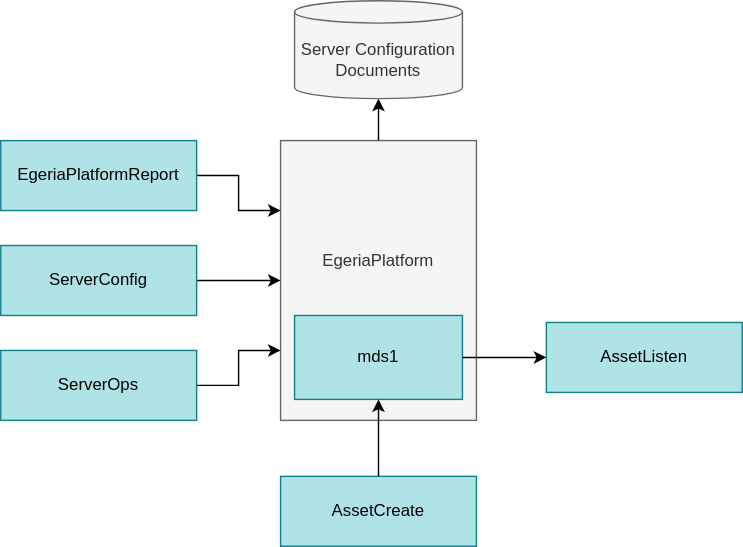
This is site/docs/education/egeria-dojo/developer/developer-dojo-architecture-4.svg from odpi/egeria-docs, a draw.io export, as it was before one commit. Source tidied: cells renumbered, new cells last; positions are measured from the earlier drawing's top-left corner, leaving out a move shared by most shapes. Source of this version:
```xml
<mxGraphModel>
  <root>
    <mxCell id="0" />
    <mxCell id="1" parent="0" />
    <mxCell id="2" value="AssetListen" style="rounded=0;whiteSpace=wrap;html=1;fillColor=#b0e3e6;strokeColor=#0e8088;" parent="1" vertex="1">
      <mxGeometry x="390" y="230" width="140" height="50" as="geometry" />
    </mxCell>
    <mxCell id="3" value="AssetCreate" style="rounded=0;whiteSpace=wrap;html=1;fillColor=#b0e3e6;strokeColor=#0e8088;" parent="1" vertex="1">
      <mxGeometry x="200" y="340" width="140" height="50" as="geometry" />
    </mxCell>
    <mxCell id="4" value="EgeriaPlatform&lt;br&gt;&lt;br&gt;&lt;br&gt;" style="rounded=0;whiteSpace=wrap;html=1;fillColor=#f5f5f5;strokeColor=#666666;fontColor=#333333;" parent="1" vertex="1">
      <mxGeometry x="200" y="100" width="140" height="200" as="geometry" />
    </mxCell>
    <mxCell id="5" style="edgeStyle=orthogonalEdgeStyle;rounded=0;jettySize=auto;html=1;" parent="1" edge="1" source="6" target="4">
      <mxGeometry relative="1" as="geometry" />
    </mxCell>
    <mxCell id="6" value="ServerConfig" style="rounded=0;whiteSpace=wrap;html=1;fillColor=#b0e3e6;strokeColor=#0e8088;" parent="1" vertex="1">
      <mxGeometry y="175" width="140" height="50" as="geometry" />
    </mxCell>
    <mxCell id="7" style="edgeStyle=orthogonalEdgeStyle;rounded=0;jettySize=auto;html=1;entryX=0;entryY=0.75;entryDx=0;entryDy=0;" parent="1" edge="1" source="8" target="4">
      <mxGeometry relative="1" as="geometry" />
    </mxCell>
    <mxCell id="8" value="ServerOps" style="rounded=0;whiteSpace=wrap;html=1;fillColor=#b0e3e6;strokeColor=#0e8088;" parent="1" vertex="1">
      <mxGeometry y="250" width="140" height="50" as="geometry" />
    </mxCell>
    <mxCell id="9" style="edgeStyle=orthogonalEdgeStyle;rounded=0;jettySize=auto;html=1;entryX=0;entryY=0.25;entryDx=0;entryDy=0;" parent="1" edge="1" source="10" target="4">
      <mxGeometry relative="1" as="geometry" />
    </mxCell>
    <mxCell id="10" value="EgeriaPlatformReport" style="rounded=0;whiteSpace=wrap;html=1;fillColor=#b0e3e6;strokeColor=#0e8088;" parent="1" vertex="1">
      <mxGeometry y="100" width="140" height="50" as="geometry" />
    </mxCell>
    <mxCell id="11" value="mds1" style="rounded=0;whiteSpace=wrap;html=1;fillColor=#b0e3e6;strokeColor=#0e8088;" parent="1" vertex="1">
      <mxGeometry x="210" y="225" width="120" height="60" as="geometry" />
    </mxCell>
    <mxCell id="12" style="edgeStyle=orthogonalEdgeStyle;rounded=0;jettySize=auto;html=1;exitX=0.5;exitY=0;exitDx=0;exitDy=0;" parent="1" edge="1" source="4" target="13">
      <mxGeometry relative="1" as="geometry" />
    </mxCell>
    <mxCell id="13" value="Server Configuration&lt;br&gt;Documents" style="shape=cylinder3;whiteSpace=wrap;html=1;boundedLbl=1;backgroundOutline=1;size=8;fillColor=#f5f5f5;fontColor=#333333;strokeColor=#666666;" parent="1" vertex="1">
      <mxGeometry x="210" width="120" height="70" as="geometry" />
    </mxCell>
    <mxCell id="14" style="edgeStyle=orthogonalEdgeStyle;rounded=0;jettySize=auto;html=1;" parent="1" edge="1" source="11" target="2">
      <mxGeometry relative="1" as="geometry" />
    </mxCell>
    <mxCell id="15" style="edgeStyle=orthogonalEdgeStyle;rounded=0;jettySize=auto;html=1;entryX=0.5;entryY=1;entryDx=0;entryDy=0;" parent="1" edge="1" source="3" target="11">
      <mxGeometry relative="1" as="geometry" />
    </mxCell>
  </root>
</mxGraphModel>
```
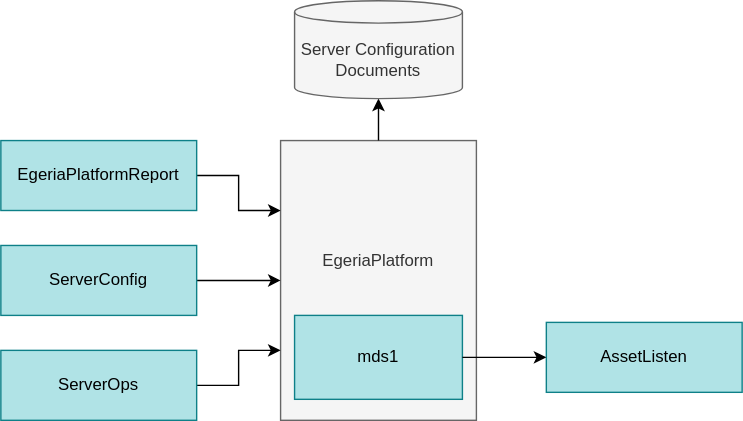
After the commit.

The edit, as a diff of the source:
```diff
@@ -5,44 +5,38 @@
     <mxCell id="2" value="AssetListen" style="rounded=0;whiteSpace=wrap;html=1;fillColor=#b0e3e6;strokeColor=#0e8088;" parent="1" vertex="1">
       <mxGeometry x="390" y="230" width="140" height="50" as="geometry" />
     </mxCell>
-    <mxCell id="3" value="AssetCreate" style="rounded=0;whiteSpace=wrap;html=1;fillColor=#b0e3e6;strokeColor=#0e8088;" parent="1" vertex="1">
-      <mxGeometry x="200" y="340" width="140" height="50" as="geometry" />
+    <mxCell id="3" value="EgeriaPlatform&lt;br&gt;&lt;br&gt;&lt;br&gt;" style="rounded=0;whiteSpace=wrap;html=1;fillColor=#f5f5f5;strokeColor=#666666;fontColor=#333333;" parent="1" vertex="1">
+      <mxGeometry x="200" y="100" width="140" height="200" as="geometry" />
     </mxCell>
-    <mxCell id="4" value="EgeriaPlatform&lt;br&gt;&lt;br&gt;&lt;br&gt;" style="rounded=0;whiteSpace=wrap;html=1;fillColor=#f5f5f5;strokeColor=#666666;fontColor=#333333;" parent="1" vertex="1">
-      <mxGeometry x="200" y="100" width="140" height="200" as="geometry" />
+    <mxCell id="4" style="edgeStyle=orthogonalEdgeStyle;rounded=0;jettySize=auto;html=1;" parent="1" edge="1" source="5" target="3">
+      <mxGeometry relative="1" as="geometry" />
     </mxCell>
-    <mxCell id="5" style="edgeStyle=orthogonalEdgeStyle;rounded=0;jettySize=auto;html=1;" parent="1" edge="1" source="6" target="4">
-      <mxGeometry relative="1" as="geometry" />
+    <mxCell id="5" value="ServerConfig" style="rounded=0;whiteSpace=wrap;html=1;fillColor=#b0e3e6;strokeColor=#0e8088;" parent="1" vertex="1">
+      <mxGeometry y="175" width="140" height="50" as="geometry" />
     </mxCell>
-    <mxCell id="6" value="ServerConfig" style="rounded=0;whiteSpace=wrap;html=1;fillColor=#b0e3e6;strokeColor=#0e8088;" parent="1" vertex="1">
-      <mxGeometry y="175" width="140" height="50" as="geometry" />
+    <mxCell id="6" style="edgeStyle=orthogonalEdgeStyle;rounded=0;jettySize=auto;html=1;entryX=0;entryY=0.75;entryDx=0;entryDy=0;" parent="1" edge="1" source="7" target="3">
+      <mxGeometry relative="1" as="geometry" />
     </mxCell>
-    <mxCell id="7" style="edgeStyle=orthogonalEdgeStyle;rounded=0;jettySize=auto;html=1;entryX=0;entryY=0.75;entryDx=0;entryDy=0;" parent="1" edge="1" source="8" target="4">
-      <mxGeometry relative="1" as="geometry" />
+    <mxCell id="7" value="ServerOps" style="rounded=0;whiteSpace=wrap;html=1;fillColor=#b0e3e6;strokeColor=#0e8088;" parent="1" vertex="1">
+      <mxGeometry y="250" width="140" height="50" as="geometry" />
     </mxCell>
-    <mxCell id="8" value="ServerOps" style="rounded=0;whiteSpace=wrap;html=1;fillColor=#b0e3e6;strokeColor=#0e8088;" parent="1" vertex="1">
-      <mxGeometry y="250" width="140" height="50" as="geometry" />
+    <mxCell id="8" style="edgeStyle=orthogonalEdgeStyle;rounded=0;jettySize=auto;html=1;entryX=0;entryY=0.25;entryDx=0;entryDy=0;" parent="1" edge="1" source="9" target="3">
+      <mxGeometry relative="1" as="geometry" />
     </mxCell>
-    <mxCell id="9" style="edgeStyle=orthogonalEdgeStyle;rounded=0;jettySize=auto;html=1;entryX=0;entryY=0.25;entryDx=0;entryDy=0;" parent="1" edge="1" source="10" target="4">
-      <mxGeometry relative="1" as="geometry" />
+    <mxCell id="9" value="EgeriaPlatformReport" style="rounded=0;whiteSpace=wrap;html=1;fillColor=#b0e3e6;strokeColor=#0e8088;" parent="1" vertex="1">
+      <mxGeometry y="100" width="140" height="50" as="geometry" />
     </mxCell>
-    <mxCell id="10" value="EgeriaPlatformReport" style="rounded=0;whiteSpace=wrap;html=1;fillColor=#b0e3e6;strokeColor=#0e8088;" parent="1" vertex="1">
-      <mxGeometry y="100" width="140" height="50" as="geometry" />
+    <mxCell id="10" value="mds1" style="rounded=0;whiteSpace=wrap;html=1;fillColor=#b0e3e6;strokeColor=#0e8088;" parent="1" vertex="1">
+      <mxGeometry x="210" y="225" width="120" height="60" as="geometry" />
     </mxCell>
-    <mxCell id="11" value="mds1" style="rounded=0;whiteSpace=wrap;html=1;fillColor=#b0e3e6;strokeColor=#0e8088;" parent="1" vertex="1">
-      <mxGeometry x="210" y="225" width="120" height="60" as="geometry" />
+    <mxCell id="11" style="edgeStyle=orthogonalEdgeStyle;rounded=0;jettySize=auto;html=1;exitX=0.5;exitY=0;exitDx=0;exitDy=0;" parent="1" edge="1" source="3" target="12">
+      <mxGeometry relative="1" as="geometry" />
     </mxCell>
-    <mxCell id="12" style="edgeStyle=orthogonalEdgeStyle;rounded=0;jettySize=auto;html=1;exitX=0.5;exitY=0;exitDx=0;exitDy=0;" parent="1" edge="1" source="4" target="13">
-      <mxGeometry relative="1" as="geometry" />
+    <mxCell id="12" value="Server Configuration&lt;br&gt;Documents" style="shape=cylinder3;whiteSpace=wrap;html=1;boundedLbl=1;backgroundOutline=1;size=8;fillColor=#f5f5f5;fontColor=#333333;strokeColor=#666666;" parent="1" vertex="1">
+      <mxGeometry x="210" width="120" height="70" as="geometry" />
     </mxCell>
-    <mxCell id="13" value="Server Configuration&lt;br&gt;Documents" style="shape=cylinder3;whiteSpace=wrap;html=1;boundedLbl=1;backgroundOutline=1;size=8;fillColor=#f5f5f5;fontColor=#333333;strokeColor=#666666;" parent="1" vertex="1">
-      <mxGeometry x="210" width="120" height="70" as="geometry" />
+    <mxCell id="13" style="edgeStyle=orthogonalEdgeStyle;rounded=0;jettySize=auto;html=1;" parent="1" edge="1" source="10" target="2">
+      <mxGeometry relative="1" as="geometry" />
     </mxCell>
-    <mxCell id="14" style="edgeStyle=orthogonalEdgeStyle;rounded=0;jettySize=auto;html=1;" parent="1" edge="1" source="11" target="2">
-      <mxGeometry relative="1" as="geometry" />
-    </mxCell>
-    <mxCell id="15" style="edgeStyle=orthogonalEdgeStyle;rounded=0;jettySize=auto;html=1;entryX=0.5;entryY=1;entryDx=0;entryDy=0;" parent="1" edge="1" source="3" target="11">
-      <mxGeometry relative="1" as="geometry" />
-    </mxCell>
   </root>
 </mxGraphModel>
```
